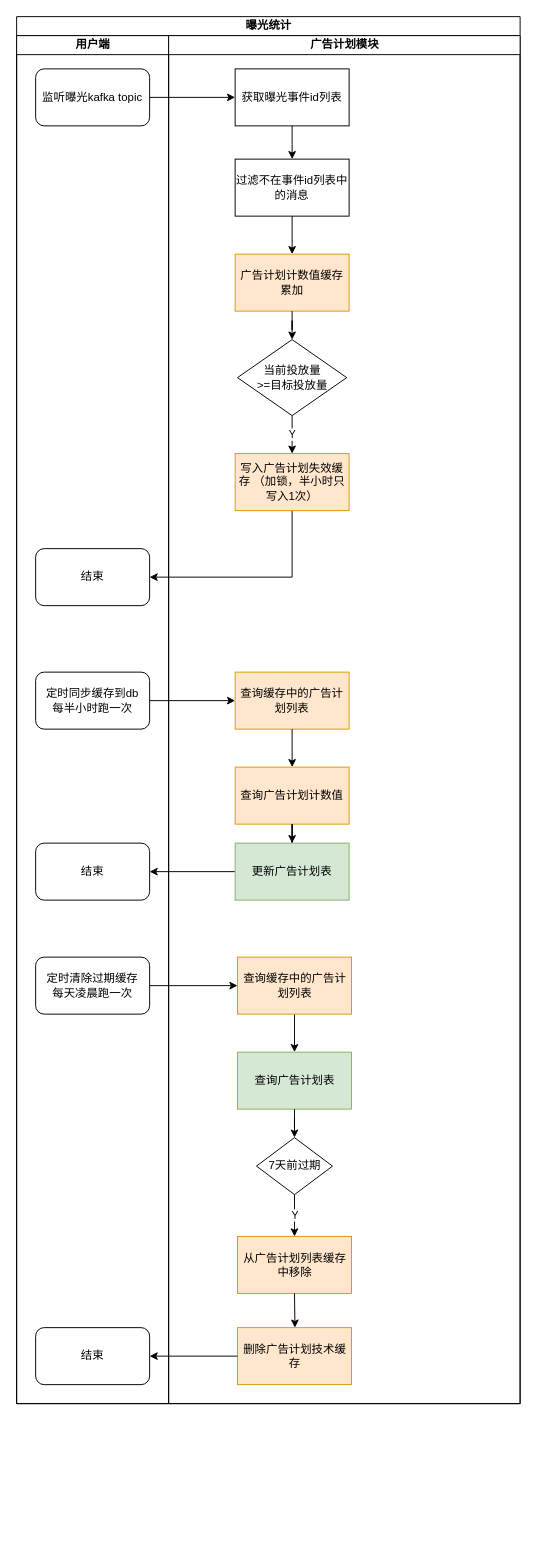
This is page "曝光统计" (5 of 9) of 商业化广告.drawio from pekah/Draw, a draw.io file, before an edit. Source tidied: cells renumbered, new cells numbered last; positions are measured from the earlier drawing's top-left corner, leaving out a move shared by most shapes. Both pictures are drawn from the tidied source at 95%, with x=0, y=0 at pixel (16, 16).
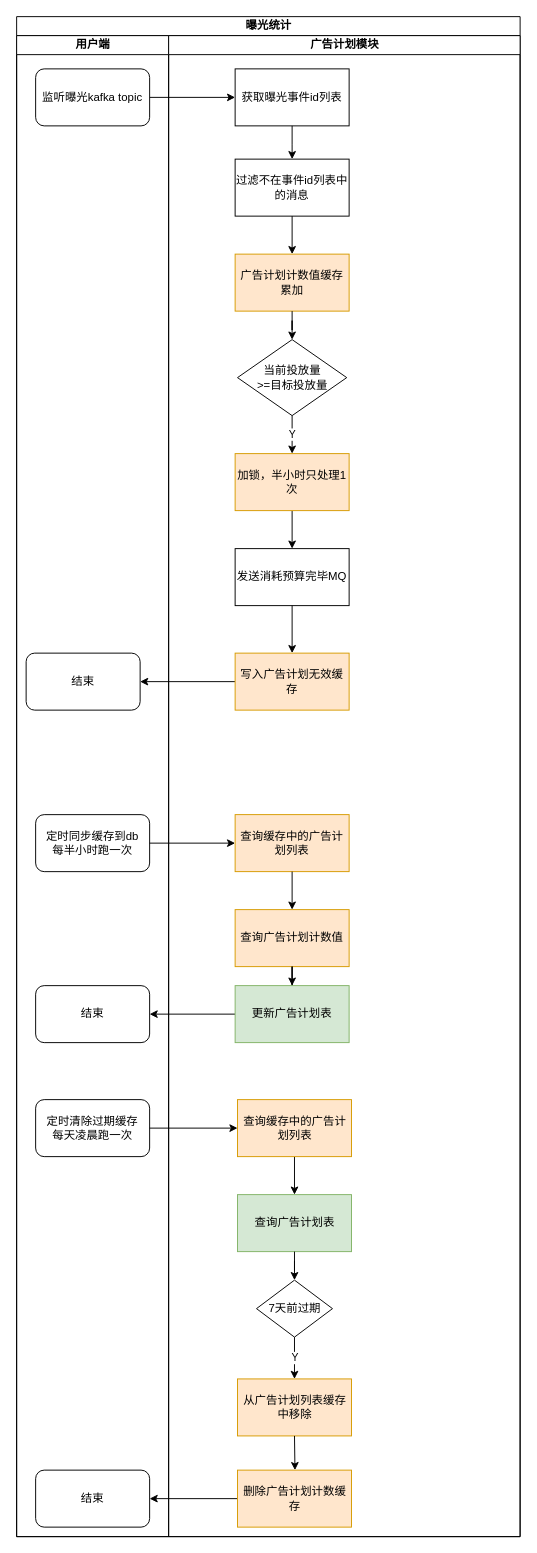
After the change.

Commit message:
更新商业化广告.drawio

What changed in the source:
```diff
@@
     <mxCell id="2" value="曝光统计" style="swimlane;html=1;startSize=20;" parent="1" vertex="1">
-      <mxGeometry width="530" height="1460" as="geometry" />
+      <mxGeometry width="530" height="1600" as="geometry" />
     </mxCell>
@@
     <mxCell id="4" value="用户端" style="swimlane;html=1;startSize=20;" parent="2" vertex="1">
-      <mxGeometry y="20" width="160" height="1440" as="geometry" />
+      <mxGeometry y="20" width="160" height="1580" as="geometry" />
     </mxCell>
@@
     <mxCell id="6" value="结束" style="rounded=1;whiteSpace=wrap;html=1;" parent="4" vertex="1">
-      <mxGeometry x="20" y="540" width="120" height="60" as="geometry" />
+      <mxGeometry x="10" y="650" width="120" height="60" as="geometry" />
     </mxCell>
     <mxCell id="7" value="定时同步缓存到db&lt;br&gt;每半小时跑一次" style="rounded=1;whiteSpace=wrap;html=1;" parent="4" vertex="1">
-      <mxGeometry x="20" y="670" width="120" height="60" as="geometry" />
+      <mxGeometry x="20" y="820" width="120" height="60" as="geometry" />
     </mxCell>
     <mxCell id="8" value="结束" style="rounded=1;whiteSpace=wrap;html=1;" parent="4" vertex="1">
-      <mxGeometry x="20" y="850" width="120" height="60" as="geometry" />
+      <mxGeometry x="20" y="1000" width="120" height="60" as="geometry" />
     </mxCell>
     <mxCell id="9" value="定时清除过期缓存&lt;br&gt;每天凌晨跑一次" style="rounded=1;whiteSpace=wrap;html=1;" parent="4" vertex="1">
-      <mxGeometry x="20" y="970" width="120" height="60" as="geometry" />
+      <mxGeometry x="20" y="1120" width="120" height="60" as="geometry" />
     </mxCell>
     <mxCell id="10" value="结束" style="rounded=1;whiteSpace=wrap;html=1;" parent="4" vertex="1">
-      <mxGeometry x="20" y="1360" width="120" height="60" as="geometry" />
+      <mxGeometry x="20" y="1510" width="120" height="60" as="geometry" />
     </mxCell>
-    <mxCell id="11" style="edgeStyle=orthogonalEdgeStyle;rounded=0;jettySize=auto;html=1;exitX=0.5;exitY=1;exitDx=0;exitDy=0;entryX=1;entryY=0.5;entryDx=0;entryDy=0;" parent="2" edge="1" source="22" target="6">
-      <mxGeometry relative="1" as="geometry" />
-    </mxCell>
@@
+    <mxCell id="34" style="edgeStyle=orthogonalEdgeStyle;rounded=0;jettySize=auto;html=1;exitX=0;exitY=0.5;exitDx=0;exitDy=0;entryX=1;entryY=0.5;entryDx=0;entryDy=0;" parent="2" edge="1" source="33" target="10">
+      <mxGeometry relative="1" as="geometry" />
+    </mxCell>
+    <mxCell id="40" style="edgeStyle=orthogonalEdgeStyle;rounded=0;jettySize=auto;html=1;entryX=1;entryY=0.5;entryDx=0;entryDy=0;" parent="2" edge="1" source="43" target="6">
+      <mxGeometry relative="1" as="geometry" />
+    </mxCell>
     <mxCell id="14" value="广告计划模块" style="swimlane;html=1;startSize=20;" parent="2" vertex="1">
-      <mxGeometry x="160" y="20" width="370" height="1440" as="geometry" />
+      <mxGeometry x="160" y="20" width="370" height="1580" as="geometry" />
     </mxCell>
@@
+    <mxCell id="41" style="edgeStyle=orthogonalEdgeStyle;rounded=0;jettySize=auto;html=1;exitX=0.5;exitY=1;exitDx=0;exitDy=0;entryX=0.5;entryY=0;entryDx=0;entryDy=0;" parent="14" edge="1" source="22" target="42">
+      <mxGeometry relative="1" as="geometry" />
+    </mxCell>
-    <mxCell id="22" value="写入广告计划失效缓存 （加锁，半小时只写入1次）" style="whiteSpace=wrap;html=1;rounded=0;fillColor=#ffe6cc;strokeColor=#d79b00;" parent="14" vertex="1">
+    <mxCell id="22" value="加锁，半小时只处理1次" style="whiteSpace=wrap;html=1;rounded=0;fillColor=#ffe6cc;strokeColor=#d79b00;" parent="14" vertex="1">
       <mxGeometry x="70" y="440" width="120" height="60" as="geometry" />
     </mxCell>
     <mxCell id="23" value="查询缓存中的广告计划列表" style="rounded=0;whiteSpace=wrap;html=1;fillColor=#ffe6cc;strokeColor=#d79b00;" parent="14" vertex="1">
-      <mxGeometry x="70" y="670" width="120" height="60" as="geometry" />
+      <mxGeometry x="70" y="820" width="120" height="60" as="geometry" />
     </mxCell>
     <mxCell id="24" value="查询广告计划计数值" style="rounded=0;whiteSpace=wrap;html=1;fillColor=#ffe6cc;strokeColor=#d79b00;" parent="14" vertex="1">
-      <mxGeometry x="70" y="770" width="120" height="60" as="geometry" />
+      <mxGeometry x="70" y="920" width="120" height="60" as="geometry" />
     </mxCell>
@@
     <mxCell id="27" value="查询缓存中的广告计划列表" style="rounded=0;whiteSpace=wrap;html=1;fillColor=#ffe6cc;strokeColor=#d79b00;" parent="14" vertex="1">
-      <mxGeometry x="72.5" y="970" width="120" height="60" as="geometry" />
+      <mxGeometry x="72.5" y="1120" width="120" height="60" as="geometry" />
     </mxCell>
     <mxCell id="28" value="查询广告计划表" style="rounded=0;whiteSpace=wrap;html=1;fillColor=#d5e8d4;strokeColor=#82b366;" parent="14" vertex="1">
-      <mxGeometry x="72.5" y="1070" width="120" height="60" as="geometry" />
+      <mxGeometry x="72.5" y="1220" width="120" height="60" as="geometry" />
     </mxCell>
     <mxCell id="29" value="7天前过期" style="rhombus;whiteSpace=wrap;html=1;" parent="14" vertex="1">
-      <mxGeometry x="92.5" y="1160" width="80" height="60" as="geometry" />
+      <mxGeometry x="92.5" y="1310" width="80" height="60" as="geometry" />
     </mxCell>
@@
     <mxCell id="31" value="从广告计划列表缓存中移除" style="rounded=0;whiteSpace=wrap;html=1;fillColor=#ffe6cc;strokeColor=#d79b00;" parent="14" vertex="1">
-      <mxGeometry x="72.5" y="1264" width="120" height="60" as="geometry" />
+      <mxGeometry x="72.5" y="1414" width="120" height="60" as="geometry" />
     </mxCell>
@@
-    <mxCell id="33" value="删除广告计划技术缓存" style="rounded=0;whiteSpace=wrap;html=1;fillColor=#ffe6cc;strokeColor=#d79b00;" parent="14" vertex="1">
-      <mxGeometry x="72.5" y="1360" width="120" height="60" as="geometry" />
+    <mxCell id="33" value="删除广告计划计数缓存" style="rounded=0;whiteSpace=wrap;html=1;fillColor=#ffe6cc;strokeColor=#d79b00;" parent="14" vertex="1">
+      <mxGeometry x="72.5" y="1510" width="120" height="60" as="geometry" />
     </mxCell>
-    <mxCell id="34" style="edgeStyle=orthogonalEdgeStyle;rounded=0;jettySize=auto;html=1;exitX=0;exitY=0.5;exitDx=0;exitDy=0;entryX=1;entryY=0.5;entryDx=0;entryDy=0;" parent="2" edge="1" source="33" target="10">
-      <mxGeometry relative="1" as="geometry" />
-    </mxCell>
+    <mxCell id="42" value="发送消耗预算完毕MQ" style="rounded=0;whiteSpace=wrap;html=1;" parent="14" vertex="1">
+      <mxGeometry x="70" y="540" width="120" height="60" as="geometry" />
+    </mxCell>
+    <mxCell id="43" value="写入广告计划无效缓存" style="rounded=0;whiteSpace=wrap;html=1;fillColor=#ffe6cc;strokeColor=#d79b00;" parent="14" vertex="1">
+      <mxGeometry x="70" y="650" width="120" height="60" as="geometry" />
+    </mxCell>
+    <mxCell id="44" style="edgeStyle=orthogonalEdgeStyle;rounded=0;jettySize=auto;html=1;" parent="14" edge="1" source="42" target="43">
+      <mxGeometry relative="1" as="geometry" />
+    </mxCell>
@@
     <mxCell id="38" value="更新广告计划表" style="rounded=0;whiteSpace=wrap;html=1;fillColor=#d5e8d4;strokeColor=#82b366;" parent="1" vertex="1">
-      <mxGeometry x="230" y="870" width="120" height="60" as="geometry" />
+      <mxGeometry x="230" y="1020" width="120" height="60" as="geometry" />
     </mxCell>
     <mxCell id="39" style="edgeStyle=orthogonalEdgeStyle;rounded=0;jettySize=auto;html=1;exitX=0.5;exitY=1;exitDx=0;exitDy=0;" parent="1" edge="1" source="31">
       <mxGeometry relative="1" as="geometry">
-        <mxPoint x="293" y="1380" as="targetPoint" />
+        <mxPoint x="293" y="1530" as="targetPoint" />
       </mxGeometry>
     </mxCell>
```
